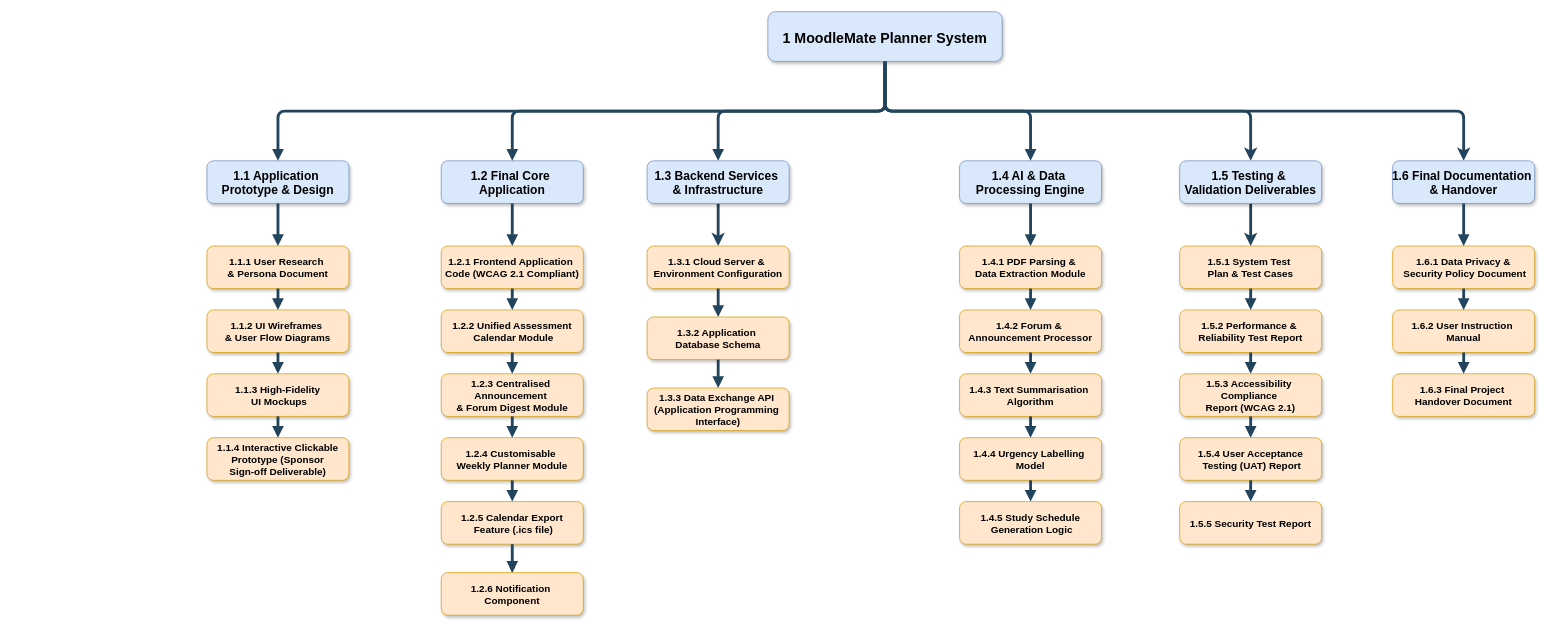
Before: Untitled Diagram.drawio in BlueRosy/BlueRosy, a draw.io diagram. Source tidied: cells renumbered, new cells numbered last; positions are measured from the earlier drawing's top-left corner, leaving out a move shared by most shapes. Both pictures are drawn from the tidied source at 71%, with x=0, y=0 at pixel (207, 11).
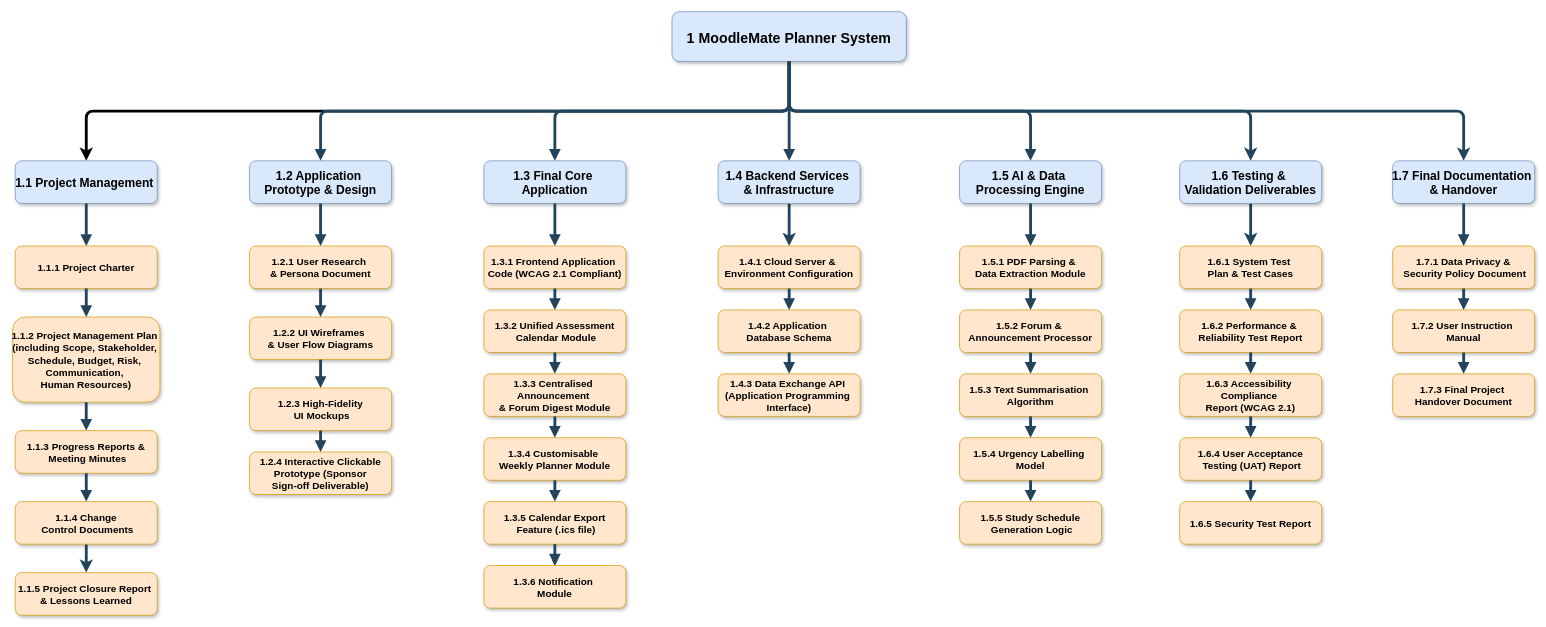
The same diagram, later.

What changed in the source:
```diff
@@
+    <mxCell id="69" style="edgeStyle=orthogonalEdgeStyle;rounded=1;jettySize=auto;html=1;exitX=0.5;exitY=1;exitDx=0;exitDy=0;strokeWidth=4;curved=0;entryX=0.5;entryY=0;entryDx=0;entryDy=0;" parent="1" edge="1" source="4" target="70">
+      <mxGeometry relative="1" as="geometry" />
+    </mxCell>
     <mxCell id="4" value="1 MoodleMate Planner System" style="rounded=1;fillColor=#dae8fc;strokeColor=#6c8ebf;shadow=1;fontStyle=1;fontSize=20;" parent="1" vertex="1">
-      <mxGeometry x="790" width="330" height="70" as="geometry" />
+      <mxGeometry x="655" width="330" height="70" as="geometry" />
     </mxCell>
-    <mxCell id="5" value="1.1 Application &#10;Prototype &amp; Design" style="rounded=1;fillColor=#dae8fc;strokeColor=#6c8ebf;shadow=1;fontStyle=1;fontSize=17;" parent="1" vertex="1">
-      <mxGeometry y="210" width="200" height="60" as="geometry" />
+    <mxCell id="5" value="1.2 Application &#10;Prototype &amp; Design" style="rounded=1;fillColor=#dae8fc;strokeColor=#6c8ebf;shadow=1;fontStyle=1;fontSize=17;" parent="1" vertex="1">
+      <mxGeometry x="60" y="210" width="200" height="60" as="geometry" />
     </mxCell>
-    <mxCell id="6" value="1.2 Final Core &#10;Application" style="rounded=1;fillColor=#dae8fc;strokeColor=#6c8ebf;shadow=1;fontStyle=1;fontSize=17;" parent="1" vertex="1">
-      <mxGeometry x="330" y="210" width="200" height="60" as="geometry" />
+    <mxCell id="6" value="1.3 Final Core &#10;Application" style="rounded=1;fillColor=#dae8fc;strokeColor=#6c8ebf;shadow=1;fontStyle=1;fontSize=17;" parent="1" vertex="1">
+      <mxGeometry x="390" y="210" width="200" height="60" as="geometry" />
     </mxCell>
-    <mxCell id="7" value="1.4 AI &amp; Data &#10;Processing Engine" style="rounded=1;fillColor=#dae8fc;strokeColor=#6c8ebf;shadow=1;fontStyle=1;fontSize=17;" parent="1" vertex="1">
+    <mxCell id="7" value="1.5 AI &amp; Data &#10;Processing Engine" style="rounded=1;fillColor=#dae8fc;strokeColor=#6c8ebf;shadow=1;fontStyle=1;fontSize=17;" parent="1" vertex="1">
       <mxGeometry x="1060" y="210" width="200" height="60" as="geometry" />
     </mxCell>
@@
-    <mxCell id="9" value="1.5 Testing &amp; &#10;Validation Deliverables" style="rounded=1;fillColor=#dae8fc;strokeColor=#6c8ebf;shadow=1;fontStyle=1;fontSize=17;" parent="1" vertex="1">
+    <mxCell id="9" value="1.6 Testing &amp; &#10;Validation Deliverables" style="rounded=1;fillColor=#dae8fc;strokeColor=#6c8ebf;shadow=1;fontStyle=1;fontSize=17;" parent="1" vertex="1">
       <mxGeometry x="1370" y="210" width="200" height="60" as="geometry" />
     </mxCell>
-    <mxCell id="10" value="1.1.1 User Research &#10;&amp; Persona Document" style="rounded=1;fillColor=#ffe6cc;strokeColor=#d79b00;shadow=1;fontStyle=1;fontSize=14;" parent="1" vertex="1">
-      <mxGeometry y="330" width="200" height="60" as="geometry" />
+    <mxCell id="10" value="1.2.1 User Research &#10;&amp; Persona Document" style="rounded=1;fillColor=#ffe6cc;strokeColor=#d79b00;shadow=1;fontStyle=1;fontSize=14;" parent="1" vertex="1">
+      <mxGeometry x="60" y="330" width="200" height="60" as="geometry" />
     </mxCell>
-    <mxCell id="11" value="1.1.2 UI Wireframes &#10;&amp; User Flow Diagrams" style="rounded=1;fillColor=#ffe6cc;strokeColor=#d79b00;shadow=1;fontStyle=1;fontSize=14;" parent="1" vertex="1">
-      <mxGeometry y="420" width="200" height="60" as="geometry" />
+    <mxCell id="11" value="1.2.2 UI Wireframes &#10;&amp; User Flow Diagrams" style="rounded=1;fillColor=#ffe6cc;strokeColor=#d79b00;shadow=1;fontStyle=1;fontSize=14;" parent="1" vertex="1">
+      <mxGeometry x="60" y="430" width="200" height="60" as="geometry" />
     </mxCell>
-    <mxCell id="12" value="1.1.3 High-Fidelity&#10; UI Mockups" style="rounded=1;fillColor=#ffe6cc;strokeColor=#d79b00;shadow=1;fontStyle=1;fontSize=14;" parent="1" vertex="1">
-      <mxGeometry y="510" width="200" height="60" as="geometry" />
+    <mxCell id="12" value="1.2.3 High-Fidelity&#10; UI Mockups" style="rounded=1;fillColor=#ffe6cc;strokeColor=#d79b00;shadow=1;fontStyle=1;fontSize=14;" parent="1" vertex="1">
+      <mxGeometry x="60" y="530" width="200" height="60" as="geometry" />
     </mxCell>
-    <mxCell id="13" value="1.1.4 Interactive Clickable&#10; Prototype (Sponsor &#10;Sign-off Deliverable)" style="rounded=1;fillColor=#ffe6cc;strokeColor=#d79b00;shadow=1;fontStyle=1;fontSize=14;" parent="1" vertex="1">
-      <mxGeometry y="600" width="200" height="60" as="geometry" />
+    <mxCell id="13" value="1.2.4 Interactive Clickable&#10; Prototype (Sponsor &#10;Sign-off Deliverable)" style="rounded=1;fillColor=#ffe6cc;strokeColor=#d79b00;shadow=1;fontStyle=1;fontSize=14;" parent="1" vertex="1">
+      <mxGeometry x="60" y="620" width="200" height="60" as="geometry" />
     </mxCell>
-    <mxCell id="14" value="1.2.1 Frontend Application &#10;Code (WCAG 2.1 Compliant)" style="rounded=1;fillColor=#ffe6cc;strokeColor=#d79b00;shadow=1;fontStyle=1;fontSize=14;" parent="1" vertex="1">
-      <mxGeometry x="330" y="330" width="200" height="60" as="geometry" />
+    <mxCell id="14" value="1.3.1 Frontend Application &#10;Code (WCAG 2.1 Compliant)" style="rounded=1;fillColor=#ffe6cc;strokeColor=#d79b00;shadow=1;fontStyle=1;fontSize=14;" parent="1" vertex="1">
+      <mxGeometry x="390" y="330" width="200" height="60" as="geometry" />
     </mxCell>
-    <mxCell id="15" value="1.2.2 Unified Assessment&#10; Calendar Module" style="rounded=1;fillColor=#ffe6cc;strokeColor=#d79b00;shadow=1;fontStyle=1;fontSize=14;" parent="1" vertex="1">
-      <mxGeometry x="330" y="420" width="200" height="60" as="geometry" />
+    <mxCell id="15" value="1.3.2 Unified Assessment&#10; Calendar Module" style="rounded=1;fillColor=#ffe6cc;strokeColor=#d79b00;shadow=1;fontStyle=1;fontSize=14;" parent="1" vertex="1">
+      <mxGeometry x="390" y="420" width="200" height="60" as="geometry" />
     </mxCell>
-    <mxCell id="16" value="1.2.3 Centralised &#10;Announcement &#10;&amp; Forum Digest Module" style="rounded=1;fillColor=#ffe6cc;strokeColor=#d79b00;shadow=1;fontStyle=1;fontSize=14;" parent="1" vertex="1">
-      <mxGeometry x="330" y="510" width="200" height="60" as="geometry" />
+    <mxCell id="16" value="1.3.3 Centralised &#10;Announcement &#10;&amp; Forum Digest Module" style="rounded=1;fillColor=#ffe6cc;strokeColor=#d79b00;shadow=1;fontStyle=1;fontSize=14;" parent="1" vertex="1">
+      <mxGeometry x="390" y="510" width="200" height="60" as="geometry" />
     </mxCell>
-    <mxCell id="17" value="1.2.4 Customisable &#10;Weekly Planner Module" style="rounded=1;fillColor=#ffe6cc;strokeColor=#d79b00;shadow=1;fontStyle=1;fontSize=14;" parent="1" vertex="1">
-      <mxGeometry x="330" y="600" width="200" height="60" as="geometry" />
+    <mxCell id="17" value="1.3.4 Customisable &#10;Weekly Planner Module" style="rounded=1;fillColor=#ffe6cc;strokeColor=#d79b00;shadow=1;fontStyle=1;fontSize=14;" parent="1" vertex="1">
+      <mxGeometry x="390" y="600" width="200" height="60" as="geometry" />
     </mxCell>
-    <mxCell id="18" value="1.4.1 PDF Parsing &amp; &#10;Data Extraction Module" style="rounded=1;fillColor=#ffe6cc;strokeColor=#d79b00;shadow=1;fontStyle=1;fontSize=14;" parent="1" vertex="1">
+    <mxCell id="18" value="1.5.1 PDF Parsing &amp; &#10;Data Extraction Module" style="rounded=1;fillColor=#ffe6cc;strokeColor=#d79b00;shadow=1;fontStyle=1;fontSize=14;" parent="1" vertex="1">
       <mxGeometry x="1060" y="330" width="200" height="60" as="geometry" />
     </mxCell>
-    <mxCell id="19" value="1.4.2 Forum &amp; &#10;Announcement Processor" style="rounded=1;fillColor=#ffe6cc;strokeColor=#d79b00;shadow=1;fontStyle=1;fontSize=14;" parent="1" vertex="1">
+    <mxCell id="19" value="1.5.2 Forum &amp; &#10;Announcement Processor" style="rounded=1;fillColor=#ffe6cc;strokeColor=#d79b00;shadow=1;fontStyle=1;fontSize=14;" parent="1" vertex="1">
       <mxGeometry x="1060" y="420" width="200" height="60" as="geometry" />
     </mxCell>
-    <mxCell id="20" value="1.4.3 Text Summarisation &#10;Algorithm" style="rounded=1;fillColor=#ffe6cc;strokeColor=#d79b00;shadow=1;fontStyle=1;fontSize=14;" parent="1" vertex="1">
+    <mxCell id="20" value="1.5.3 Text Summarisation &#10;Algorithm" style="rounded=1;fillColor=#ffe6cc;strokeColor=#d79b00;shadow=1;fontStyle=1;fontSize=14;" parent="1" vertex="1">
       <mxGeometry x="1060" y="510" width="200" height="60" as="geometry" />
     </mxCell>
-    <mxCell id="21" value="1.4.4 Urgency Labelling &#10;Model" style="rounded=1;fillColor=#ffe6cc;strokeColor=#d79b00;shadow=1;fontStyle=1;fontSize=14;" parent="1" vertex="1">
+    <mxCell id="21" value="1.5.4 Urgency Labelling &#10;Model" style="rounded=1;fillColor=#ffe6cc;strokeColor=#d79b00;shadow=1;fontStyle=1;fontSize=14;" parent="1" vertex="1">
       <mxGeometry x="1060" y="600" width="200" height="60" as="geometry" />
     </mxCell>
-    <mxCell id="22" value="1.4.5 Study Schedule&#10; Generation Logic" style="rounded=1;fillColor=#ffe6cc;strokeColor=#d79b00;shadow=1;fontStyle=1;fontSize=14;" parent="1" vertex="1">
+    <mxCell id="22" value="1.5.5 Study Schedule&#10; Generation Logic" style="rounded=1;fillColor=#ffe6cc;strokeColor=#d79b00;shadow=1;fontStyle=1;fontSize=14;" parent="1" vertex="1">
       <mxGeometry x="1060" y="690" width="200" height="60" as="geometry" />
     </mxCell>
@@
     <mxCell id="38" style="edgeStyle=elbowEdgeStyle;elbow=vertical;strokeWidth=4;endArrow=block;endFill=1;fontStyle=1;strokeColor=#23445D;exitX=0.5;exitY=1;exitDx=0;exitDy=0;" parent="1" edge="1" source="6" target="14">
       <mxGeometry x="22" y="165.5" as="geometry">
         <Array as="points">
-          <mxPoint x="430" y="300" />
+          <mxPoint x="490" y="300" />
         </Array>
       </mxGeometry>
     </mxCell>
@@
-    <mxCell id="41" value="1.3 Backend Services &#10;&amp; Infrastructure" style="rounded=1;fillColor=#dae8fc;strokeColor=#6c8ebf;shadow=1;fontStyle=1;fontSize=17;" parent="1" vertex="1">
-      <mxGeometry x="620" y="210" width="200" height="60" as="geometry" />
+    <mxCell id="41" value="1.4 Backend Services &#10;&amp; Infrastructure" style="rounded=1;fillColor=#dae8fc;strokeColor=#6c8ebf;shadow=1;fontStyle=1;fontSize=17;" parent="1" vertex="1">
+      <mxGeometry x="720" y="210" width="200" height="60" as="geometry" />
     </mxCell>
-    <mxCell id="42" value="1.5.1 System Test &#10;Plan &amp; Test Cases" style="rounded=1;fillColor=#ffe6cc;strokeColor=#d79b00;shadow=1;fontStyle=1;fontSize=14;" parent="1" vertex="1">
+    <mxCell id="42" value="1.6.1 System Test &#10;Plan &amp; Test Cases" style="rounded=1;fillColor=#ffe6cc;strokeColor=#d79b00;shadow=1;fontStyle=1;fontSize=14;" parent="1" vertex="1">
       <mxGeometry x="1370" y="330" width="200" height="60" as="geometry" />
     </mxCell>
-    <mxCell id="43" value="1.5.2 Performance &amp; &#10;Reliability Test Report" style="rounded=1;fillColor=#ffe6cc;strokeColor=#d79b00;shadow=1;fontStyle=1;fontSize=14;" parent="1" vertex="1">
+    <mxCell id="43" value="1.6.2 Performance &amp; &#10;Reliability Test Report" style="rounded=1;fillColor=#ffe6cc;strokeColor=#d79b00;shadow=1;fontStyle=1;fontSize=14;" parent="1" vertex="1">
       <mxGeometry x="1370" y="420" width="200" height="60" as="geometry" />
     </mxCell>
-    <mxCell id="44" value="1.5.3 Accessibility &#10;Compliance &#10;Report (WCAG 2.1)" style="rounded=1;fillColor=#ffe6cc;strokeColor=#d79b00;shadow=1;fontStyle=1;fontSize=14;" parent="1" vertex="1">
+    <mxCell id="44" value="1.6.3 Accessibility &#10;Compliance &#10;Report (WCAG 2.1)" style="rounded=1;fillColor=#ffe6cc;strokeColor=#d79b00;shadow=1;fontStyle=1;fontSize=14;" parent="1" vertex="1">
       <mxGeometry x="1370" y="510" width="200" height="60" as="geometry" />
     </mxCell>
-    <mxCell id="45" value="1.5.4 User Acceptance&#10; Testing (UAT) Report" style="rounded=1;fillColor=#ffe6cc;strokeColor=#d79b00;shadow=1;fontStyle=1;fontSize=14;" parent="1" vertex="1">
+    <mxCell id="45" value="1.6.4 User Acceptance&#10; Testing (UAT) Report" style="rounded=1;fillColor=#ffe6cc;strokeColor=#d79b00;shadow=1;fontStyle=1;fontSize=14;" parent="1" vertex="1">
       <mxGeometry x="1370" y="600" width="200" height="60" as="geometry" />
     </mxCell>
-    <mxCell id="46" value="1.5.5 Security Test Report" style="rounded=1;fillColor=#ffe6cc;strokeColor=#d79b00;shadow=1;fontStyle=1;fontSize=14;" parent="1" vertex="1">
+    <mxCell id="46" value="1.6.5 Security Test Report" style="rounded=1;fillColor=#ffe6cc;strokeColor=#d79b00;shadow=1;fontStyle=1;fontSize=14;" parent="1" vertex="1">
       <mxGeometry x="1370" y="690" width="200" height="60" as="geometry" />
     </mxCell>
@@
-    <mxCell id="51" value="1.6 Final Documentation &#10;&amp; Handover" style="rounded=1;fillColor=#dae8fc;strokeColor=#6c8ebf;shadow=1;fontStyle=1;fontSize=17;" parent="1" vertex="1">
+    <mxCell id="51" value="1.7 Final Documentation &#10;&amp; Handover" style="rounded=1;fillColor=#dae8fc;strokeColor=#6c8ebf;shadow=1;fontStyle=1;fontSize=17;" parent="1" vertex="1">
       <mxGeometry x="1670" y="210" width="200" height="60" as="geometry" />
     </mxCell>
-    <mxCell id="52" value="1.6.1 Data Privacy &amp;&#10; Security Policy Document" style="rounded=1;fillColor=#ffe6cc;strokeColor=#d79b00;shadow=1;fontStyle=1;fontSize=14;" parent="1" vertex="1">
+    <mxCell id="52" value="1.7.1 Data Privacy &amp;&#10; Security Policy Document" style="rounded=1;fillColor=#ffe6cc;strokeColor=#d79b00;shadow=1;fontStyle=1;fontSize=14;" parent="1" vertex="1">
       <mxGeometry x="1670" y="330" width="200" height="60" as="geometry" />
     </mxCell>
-    <mxCell id="53" value="1.6.2 User Instruction &#10;Manual" style="rounded=1;fillColor=#ffe6cc;strokeColor=#d79b00;shadow=1;fontStyle=1;fontSize=14;" parent="1" vertex="1">
+    <mxCell id="53" value="1.7.2 User Instruction &#10;Manual" style="rounded=1;fillColor=#ffe6cc;strokeColor=#d79b00;shadow=1;fontStyle=1;fontSize=14;" parent="1" vertex="1">
       <mxGeometry x="1670" y="420" width="200" height="60" as="geometry" />
     </mxCell>
-    <mxCell id="54" value="1.6.3 Final Project &#10;Handover Document" style="rounded=1;fillColor=#ffe6cc;strokeColor=#d79b00;shadow=1;fontStyle=1;fontSize=14;" parent="1" vertex="1">
+    <mxCell id="54" value="1.7.3 Final Project &#10;Handover Document" style="rounded=1;fillColor=#ffe6cc;strokeColor=#d79b00;shadow=1;fontStyle=1;fontSize=14;" parent="1" vertex="1">
       <mxGeometry x="1670" y="510" width="200" height="60" as="geometry" />
     </mxCell>
@@
-    <mxCell id="58" value="1.3.1 Cloud Server &amp; &#10;Environment Configuration" style="rounded=1;fillColor=#ffe6cc;strokeColor=#d79b00;shadow=1;fontStyle=1;fontSize=14;" parent="1" vertex="1">
-      <mxGeometry x="620" y="330" width="200" height="60" as="geometry" />
+    <mxCell id="58" value="1.4.1 Cloud Server &amp; &#10;Environment Configuration" style="rounded=1;fillColor=#ffe6cc;strokeColor=#d79b00;shadow=1;fontStyle=1;fontSize=14;" parent="1" vertex="1">
+      <mxGeometry x="720" y="330" width="200" height="60" as="geometry" />
     </mxCell>
-    <mxCell id="59" value="1.3.2 Application &#10;Database Schema" style="rounded=1;fillColor=#ffe6cc;strokeColor=#d79b00;shadow=1;fontStyle=1;fontSize=14;" parent="1" vertex="1">
-      <mxGeometry x="620" y="430" width="200" height="60" as="geometry" />
+    <mxCell id="59" value="1.4.2 Application &#10;Database Schema" style="rounded=1;fillColor=#ffe6cc;strokeColor=#d79b00;shadow=1;fontStyle=1;fontSize=14;" parent="1" vertex="1">
+      <mxGeometry x="720" y="420" width="200" height="60" as="geometry" />
     </mxCell>
-    <mxCell id="60" value="1.3.3 Data Exchange API &#10;(Application Programming &#10;Interface)" style="rounded=1;fillColor=#ffe6cc;strokeColor=#d79b00;shadow=1;fontStyle=1;fontSize=14;" parent="1" vertex="1">
-      <mxGeometry x="620" y="530" width="200" height="60" as="geometry" />
+    <mxCell id="60" value="1.4.3 Data Exchange API &#10;(Application Programming &#10;Interface)" style="rounded=1;fillColor=#ffe6cc;strokeColor=#d79b00;shadow=1;fontStyle=1;fontSize=14;" parent="1" vertex="1">
+      <mxGeometry x="720" y="510" width="200" height="60" as="geometry" />
     </mxCell>
@@
-    <mxCell id="64" value="1.2.5 Calendar Export&#10; Feature (.ics file)" style="rounded=1;fillColor=#ffe6cc;strokeColor=#d79b00;shadow=1;fontStyle=1;fontSize=14;" parent="1" vertex="1">
-      <mxGeometry x="330" y="690" width="200" height="60" as="geometry" />
+    <mxCell id="64" value="1.3.5 Calendar Export&#10; Feature (.ics file)" style="rounded=1;fillColor=#ffe6cc;strokeColor=#d79b00;shadow=1;fontStyle=1;fontSize=14;" parent="1" vertex="1">
+      <mxGeometry x="390" y="690" width="200" height="60" as="geometry" />
     </mxCell>
-    <mxCell id="65" value="1.2.6 Notification &#10;Component" style="rounded=1;fillColor=#ffe6cc;strokeColor=#d79b00;shadow=1;fontStyle=1;fontSize=14;" parent="1" vertex="1">
-      <mxGeometry x="330" y="790" width="200" height="60" as="geometry" />
+    <mxCell id="65" value="1.3.6 Notification &#10;Module" style="rounded=1;fillColor=#ffe6cc;strokeColor=#d79b00;shadow=1;fontStyle=1;fontSize=14;" parent="1" vertex="1">
+      <mxGeometry x="390" y="780" width="200" height="60" as="geometry" />
     </mxCell>
@@
+    <mxCell id="70" value="1.1 Project Management " style="rounded=1;fillColor=#dae8fc;strokeColor=#6c8ebf;shadow=1;fontStyle=1;fontSize=17;" parent="1" vertex="1">
+      <mxGeometry x="-270" y="210" width="200" height="60" as="geometry" />
+    </mxCell>
+    <mxCell id="71" value="1.1.1 Project Charter" style="rounded=1;fillColor=#ffe6cc;strokeColor=#d79b00;shadow=1;fontStyle=1;fontSize=14;" parent="1" vertex="1">
+      <mxGeometry x="-270" y="330" width="200" height="60" as="geometry" />
+    </mxCell>
+    <mxCell id="72" value="1.1.2 Project Management Plan &#10;(including Scope, Stakeholder, &#10;Schedule, Budget, Risk, &#10;Communication, &#10;Human Resources)" style="rounded=1;fillColor=#ffe6cc;strokeColor=#d79b00;shadow=1;fontStyle=1;fontSize=14;" parent="1" vertex="1">
+      <mxGeometry x="-273.8" y="430" width="207.5" height="120" as="geometry" />
+    </mxCell>
+    <mxCell id="73" value="1.1.3 Progress Reports &amp;&#10; Meeting Minutes" style="rounded=1;fillColor=#ffe6cc;strokeColor=#d79b00;shadow=1;fontStyle=1;fontSize=14;" parent="1" vertex="1">
+      <mxGeometry x="-270" y="590" width="200" height="60" as="geometry" />
+    </mxCell>
+    <mxCell id="74" style="edgeStyle=orthogonalEdgeStyle;rounded=0;jettySize=auto;html=1;exitX=0.5;exitY=1;exitDx=0;exitDy=0;entryX=0.5;entryY=0;entryDx=0;entryDy=0;strokeWidth=4;strokeColor=#23445D;" parent="1" edge="1" source="75" target="80">
+      <mxGeometry relative="1" as="geometry" />
+    </mxCell>
+    <mxCell id="75" value="1.1.4 Change&#10; Control Documents" style="rounded=1;fillColor=#ffe6cc;strokeColor=#d79b00;shadow=1;fontStyle=1;fontSize=14;" parent="1" vertex="1">
+      <mxGeometry x="-270" y="690" width="200" height="60" as="geometry" />
+    </mxCell>
+    <mxCell id="76" style="edgeStyle=elbowEdgeStyle;elbow=vertical;strokeWidth=4;endArrow=block;endFill=1;fontStyle=1;strokeColor=#23445D;exitX=0.5;exitY=1;exitDx=0;exitDy=0;entryX=0.5;entryY=0;entryDx=0;entryDy=0;" parent="1" edge="1" source="70" target="71">
+      <mxGeometry x="22" y="165.5" as="geometry">
+        <Array as="points">
+          <mxPoint x="-140" y="320" />
+        </Array>
+      </mxGeometry>
+    </mxCell>
+    <mxCell id="77" style="edgeStyle=elbowEdgeStyle;elbow=vertical;strokeWidth=4;endArrow=block;endFill=1;fontStyle=1;strokeColor=#23445D;" parent="1" edge="1" source="71" target="72">
+      <mxGeometry x="62" y="165.5" as="geometry" />
+    </mxCell>
+    <mxCell id="78" style="edgeStyle=elbowEdgeStyle;elbow=vertical;strokeWidth=4;endArrow=block;endFill=1;fontStyle=1;strokeColor=#23445D;" parent="1" edge="1" source="72" target="73">
+      <mxGeometry x="62" y="175.5" as="geometry" />
+    </mxCell>
+    <mxCell id="79" style="edgeStyle=elbowEdgeStyle;elbow=vertical;strokeWidth=4;endArrow=block;endFill=1;fontStyle=1;strokeColor=#23445D;" parent="1" edge="1" source="73" target="75">
+      <mxGeometry x="62" y="185.5" as="geometry" />
+    </mxCell>
+    <mxCell id="80" value="1.1.5 Project Closure Report &#10;&amp; Lessons Learned" style="rounded=1;fillColor=#ffe6cc;strokeColor=#d79b00;shadow=1;fontStyle=1;fontSize=14;" parent="1" vertex="1">
+      <mxGeometry x="-270" y="790" width="200" height="60" as="geometry" />
+    </mxCell>
```
